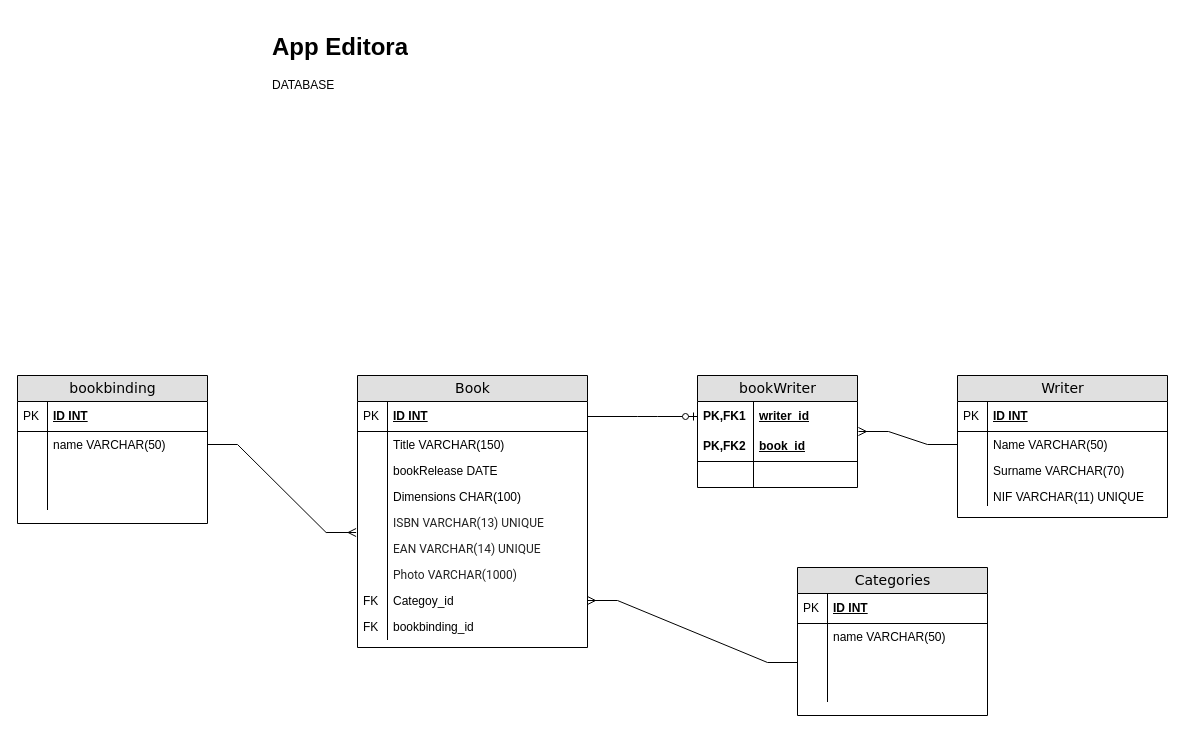
This is Untitled Diagram.drawio from jonasnapoles/projectFinalDocs, a draw.io file, before an edit. Source tidied: cells renumbered, new cells numbered last; positions are measured from the earlier drawing's top-left corner, leaving out a move shared by most shapes. Both pictures are drawn from the tidied source at 100%, with x=0, y=0 at pixel (17, 27).
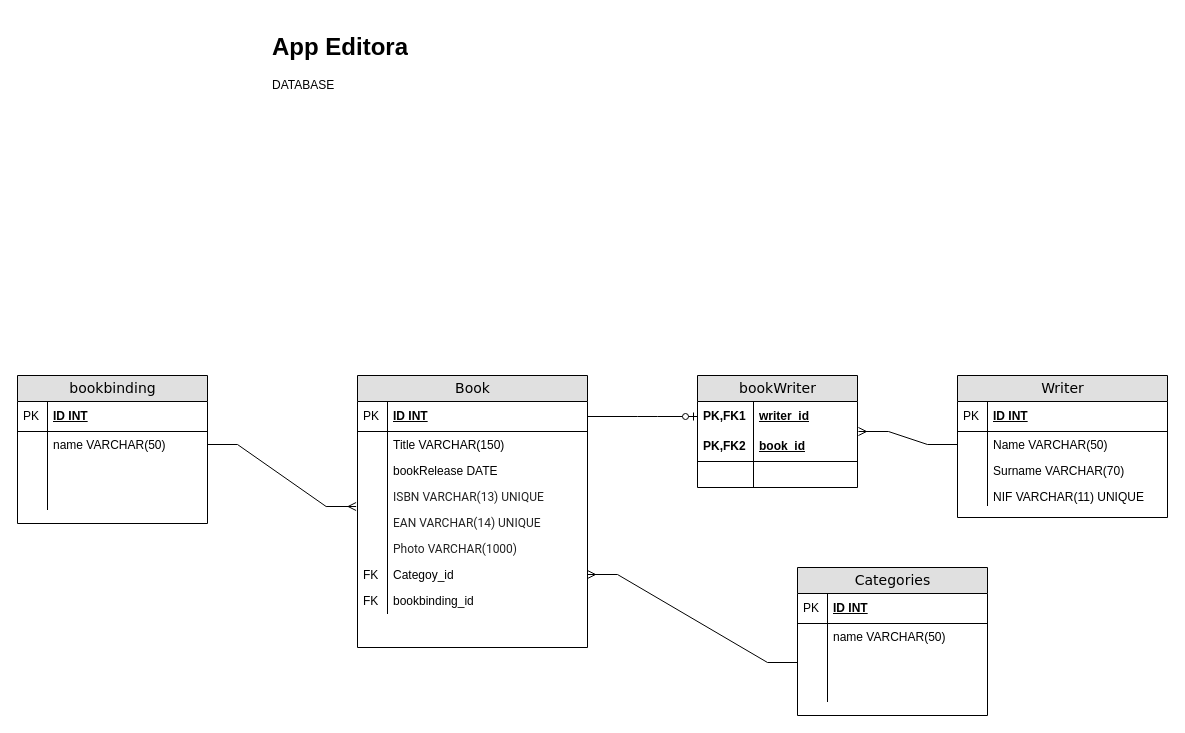
After the change.

Unchanged cells that the change refers to:
```xml
<mxCell id="18" value="Book" style="swimlane;html=1;fontStyle=0;horizontal=1;startSize=26;fillColor=#e0e0e0;swimlaneFillColor=#ffffff;align=center;rounded=0;shadow=0;comic=0;labelBackgroundColor=none;strokeWidth=1;fontFamily=Verdana;fontSize=14;" parent="1" vertex="1">
  <mxGeometry x="340" y="348" width="230" height="272" as="geometry" />
</mxCell>
```

Change to the diagram source:
```diff
@@
-    <mxCell id="25" value="Dimensions CHAR(100)" style="shape=partialRectangle;top=0;left=0;right=0;bottom=0;html=1;align=left;verticalAlign=top;fillColor=none;spacingLeft=34;spacingRight=4;whiteSpace=wrap;overflow=hidden;" parent="18" vertex="1">
-      <mxGeometry y="108" width="230" height="26" as="geometry" />
-    </mxCell>
-    <mxCell id="26" style="shape=partialRectangle;top=0;left=0;bottom=0;html=1;fillColor=none;align=left;verticalAlign=top;spacingLeft=4;spacingRight=4;whiteSpace=wrap;overflow=hidden;" parent="25" vertex="1">
-      <mxGeometry width="30" height="26" as="geometry" />
-    </mxCell>
     <mxCell id="27" value="&lt;span style=&quot;color: rgb(35 , 35 , 35) ; font-family: &amp;#34;roboto&amp;#34; , &amp;#34;arial&amp;#34; , &amp;#34;helvetica&amp;#34; , &amp;#34;tahoma&amp;#34; , sans-serif ; background-color: rgb(255 , 255 , 255)&quot;&gt;&lt;font style=&quot;font-size: 12px&quot;&gt;ISBN VARCHAR(13) UNIQUE&lt;/font&gt;&lt;/span&gt;" style="shape=partialRectangle;top=0;left=0;right=0;bottom=0;html=1;align=left;verticalAlign=top;fillColor=none;spacingLeft=34;spacingRight=4;whiteSpace=wrap;overflow=hidden;points=[[0,0.5],[1,0.5]];portConstraint=eastwest;" parent="18" vertex="1">
-      <mxGeometry y="134" width="230" height="26" as="geometry" />
+      <mxGeometry y="108" width="230" height="26" as="geometry" />
     </mxCell>
@@
     <mxCell id="29" value="&lt;font style=&quot;font-size: 12px&quot;&gt;&lt;span style=&quot;color: rgb(35 , 35 , 35) ; font-family: &amp;#34;roboto&amp;#34; , &amp;#34;arial&amp;#34; , &amp;#34;helvetica&amp;#34; , &amp;#34;tahoma&amp;#34; , sans-serif ; background-color: rgb(255 , 255 , 255)&quot;&gt;EAN&lt;/span&gt;&lt;span style=&quot;color: rgb(35 , 35 , 35) ; font-family: &amp;#34;roboto&amp;#34; , &amp;#34;arial&amp;#34; , &amp;#34;helvetica&amp;#34; , &amp;#34;tahoma&amp;#34; , sans-serif ; background-color: rgb(255 , 255 , 255)&quot;&gt;&lt;font&gt;&amp;nbsp;VARCHAR(14) UNIQUE&lt;/font&gt;&lt;/span&gt;&lt;/font&gt;" style="shape=partialRectangle;top=0;left=0;right=0;bottom=0;html=1;align=left;verticalAlign=top;fillColor=none;spacingLeft=34;spacingRight=4;whiteSpace=wrap;overflow=hidden;" parent="18" vertex="1">
-      <mxGeometry y="160" width="230" height="26" as="geometry" />
+      <mxGeometry y="134" width="230" height="26" as="geometry" />
     </mxCell>
@@
     <mxCell id="31" value="&lt;font style=&quot;font-size: 12px&quot;&gt;&lt;span style=&quot;color: rgb(35 , 35 , 35) ; font-family: &amp;#34;roboto&amp;#34; , &amp;#34;arial&amp;#34; , &amp;#34;helvetica&amp;#34; , &amp;#34;tahoma&amp;#34; , sans-serif ; background-color: rgb(255 , 255 , 255)&quot;&gt;&lt;font&gt;Photo VARCHAR(1000)&lt;/font&gt;&lt;/span&gt;&lt;/font&gt;" style="shape=partialRectangle;top=0;left=0;right=0;bottom=0;html=1;align=left;verticalAlign=top;fillColor=none;spacingLeft=34;spacingRight=4;whiteSpace=wrap;overflow=hidden;" parent="18" vertex="1">
-      <mxGeometry y="186" width="230" height="26" as="geometry" />
+      <mxGeometry y="160" width="230" height="26" as="geometry" />
     </mxCell>
@@
     <mxCell id="33" value="Categoy_id" style="shape=partialRectangle;top=0;left=0;right=0;bottom=0;html=1;align=left;verticalAlign=top;fillColor=none;spacingLeft=34;spacingRight=4;whiteSpace=wrap;overflow=hidden;points=[[0,0.5],[1,0.5]];portConstraint=eastwest;" parent="18" vertex="1">
-      <mxGeometry y="212" width="230" height="26" as="geometry" />
+      <mxGeometry y="186" width="230" height="26" as="geometry" />
     </mxCell>
@@
     <mxCell id="35" value="bookbinding_id" style="shape=partialRectangle;top=0;left=0;right=0;bottom=0;html=1;align=left;verticalAlign=top;fillColor=none;spacingLeft=34;spacingRight=4;whiteSpace=wrap;overflow=hidden;" parent="18" vertex="1">
-      <mxGeometry y="238" width="230" height="26" as="geometry" />
+      <mxGeometry y="212" width="230" height="26" as="geometry" />
     </mxCell>
```
